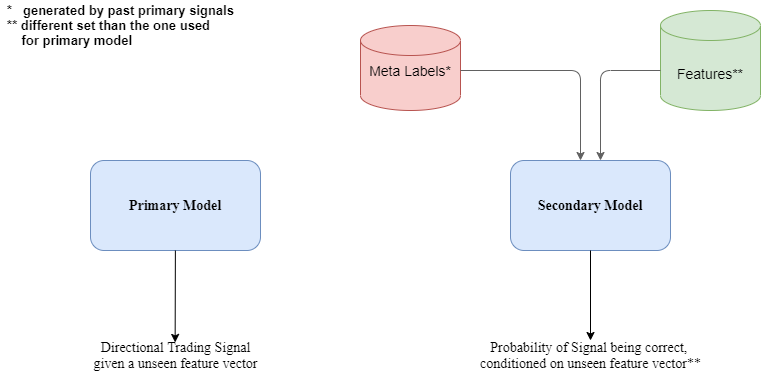
aarzt21/MasterThesisETHZ keeps this draw.io diagram as Graphics/Untitled Diagram.png. Above is the earlier version. Source tidied: cells renumbered, new cells last; positions are measured from the earlier drawing's top-left corner, leaving out a move shared by most shapes.
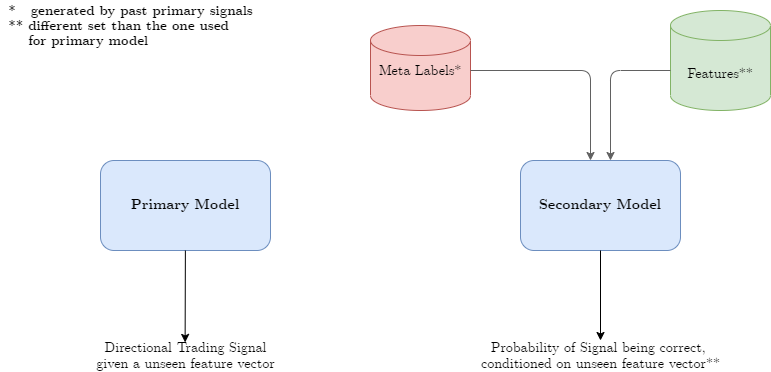
The same diagram one commit later.

Change to the diagram source:
```diff
@@ -2,19 +2,19 @@
   <root>
     <mxCell id="0" />
     <mxCell id="1" parent="0" />
-    <mxCell id="2" value="&lt;b&gt;&lt;font face=&quot;Times New Roman&quot; style=&quot;font-size: 14px&quot;&gt;Primary Model&lt;/font&gt;&lt;/b&gt;" style="rounded=1;whiteSpace=wrap;html=1;fillColor=#dae8fc;strokeColor=#6c8ebf;" parent="1" vertex="1">
+    <mxCell id="2" value="&lt;b&gt;&lt;font style=&quot;font-size: 14px&quot; face=&quot;CMU Serif&quot;&gt;Primary Model&lt;/font&gt;&lt;/b&gt;" style="rounded=1;whiteSpace=wrap;html=1;fillColor=#dae8fc;strokeColor=#6c8ebf;" parent="1" vertex="1">
       <mxGeometry x="90" y="160" width="170" height="90" as="geometry" />
     </mxCell>
     <mxCell id="3" style="endArrow=classic;html=1;entryX=0.498;entryY=0.064;entryDx=0;entryDy=0;entryPerimeter=0;" parent="1" edge="1" source="2" target="10">
       <mxGeometry relative="1" as="geometry" />
     </mxCell>
-    <mxCell id="4" value="&lt;b&gt;&lt;font face=&quot;Times New Roman&quot; style=&quot;font-size: 14px&quot;&gt;Secondary Model&lt;/font&gt;&lt;/b&gt;" style="rounded=1;whiteSpace=wrap;html=1;fillColor=#dae8fc;strokeColor=#6c8ebf;" parent="1" vertex="1">
+    <mxCell id="4" value="&lt;b&gt;&lt;font style=&quot;font-size: 14px&quot; face=&quot;CMU Serif&quot;&gt;Secondary Model&lt;/font&gt;&lt;/b&gt;" style="rounded=1;whiteSpace=wrap;html=1;fillColor=#dae8fc;strokeColor=#6c8ebf;" parent="1" vertex="1">
       <mxGeometry x="510" y="160" width="160" height="90" as="geometry" />
     </mxCell>
     <mxCell id="5" style="shape=cylinder3;whiteSpace=wrap;html=1;boundedLbl=1;backgroundOutline=1;size=15;fillColor=#f8cecc;strokeColor=#b85450;" parent="1" vertex="1">
       <mxGeometry x="360" y="25" width="100" height="85" as="geometry" />
     </mxCell>
-    <mxCell id="6" value="&lt;font style=&quot;font-size: 14px&quot;&gt;Meta Labels*&lt;/font&gt;" style="text;html=1;strokeColor=none;fillColor=none;align=center;verticalAlign=middle;whiteSpace=wrap;rounded=0;" parent="1" vertex="1">
+    <mxCell id="6" value="&lt;font style=&quot;font-size: 14px&quot; face=&quot;CMU Serif&quot;&gt;Meta Labels*&lt;/font&gt;" style="text;html=1;strokeColor=none;fillColor=none;align=center;verticalAlign=middle;whiteSpace=wrap;rounded=0;" parent="1" vertex="1">
       <mxGeometry x="355" y="60" width="110" height="20" as="geometry" />
     </mxCell>
     <mxCell id="7" style="endArrow=classic;html=1;strokeColor=#616161;" parent="1" edge="1">
@@ -26,20 +26,20 @@
         </Array>
       </mxGeometry>
     </mxCell>
-    <mxCell id="8" value="&lt;font style=&quot;font-size: 14px&quot;&gt;Features**&lt;/font&gt;" style="shape=cylinder3;whiteSpace=wrap;html=1;boundedLbl=1;backgroundOutline=1;size=15;fillColor=#d5e8d4;strokeColor=#82b366;" parent="1" vertex="1">
+    <mxCell id="8" value="&lt;font style=&quot;font-size: 14px&quot; face=&quot;CMU Serif&quot;&gt;Features**&lt;/font&gt;" style="shape=cylinder3;whiteSpace=wrap;html=1;boundedLbl=1;backgroundOutline=1;size=15;fillColor=#d5e8d4;strokeColor=#82b366;" parent="1" vertex="1">
       <mxGeometry x="660" y="10" width="100" height="100" as="geometry" />
     </mxCell>
     <mxCell id="9" style="endArrow=classic;html=1;" parent="1" edge="1" source="4" target="11">
       <mxGeometry relative="1" as="geometry" />
     </mxCell>
-    <mxCell id="10" value="&lt;font face=&quot;Times New Roman&quot; style=&quot;font-size: 14px&quot;&gt;Directional Trading Signal&lt;br&gt;given a unseen feature vector&lt;/font&gt;" style="text;html=1;align=center;verticalAlign=middle;points=[];" parent="1" vertex="1">
-      <mxGeometry x="85" y="340" width="180" height="30" as="geometry" />
+    <mxCell id="10" value="&lt;font style=&quot;font-size: 14px&quot; face=&quot;CMU Serif&quot;&gt;Directional Trading Signal&lt;br&gt;given a unseen feature vector&lt;/font&gt;" style="text;html=1;align=center;verticalAlign=middle;points=[];" parent="1" vertex="1">
+      <mxGeometry x="80" y="340" width="190" height="30" as="geometry" />
     </mxCell>
-    <mxCell id="11" value="&lt;font face=&quot;Times New Roman&quot; style=&quot;font-size: 14px&quot;&gt;Probability of Signal being correct, &lt;br&gt;conditioned on unseen feature vector**&lt;/font&gt;" style="text;html=1;align=center;verticalAlign=middle;points=[];" parent="1" vertex="1">
-      <mxGeometry x="470" y="340" width="240" height="30" as="geometry" />
+    <mxCell id="11" value="&lt;font style=&quot;font-size: 14px&quot; face=&quot;CMU Serif&quot;&gt;Probability of Signal being correct, &lt;br&gt;conditioned on unseen feature vector**&lt;/font&gt;" style="text;html=1;align=center;verticalAlign=middle;points=[];" parent="1" vertex="1">
+      <mxGeometry x="465" y="340" width="250" height="30" as="geometry" />
     </mxCell>
-    <mxCell id="12" value="&lt;div style=&quot;text-align: left ; font-size: 13px&quot;&gt;&lt;b&gt;&lt;font style=&quot;font-size: 13px&quot;&gt;*&amp;nbsp; &amp;nbsp;generated by past primary signals&lt;/font&gt;&lt;/b&gt;&lt;/div&gt;&lt;font style=&quot;font-size: 13px&quot;&gt;&lt;div style=&quot;text-align: left&quot;&gt;&lt;b&gt;** different set than the one used&amp;nbsp;&lt;/b&gt;&lt;/div&gt;&lt;b&gt;&lt;div style=&quot;text-align: left&quot;&gt;&lt;b&gt;&amp;nbsp; &amp;nbsp; for primary model&lt;/b&gt;&lt;/div&gt;&lt;/b&gt;&lt;/font&gt;" style="text;html=1;align=center;verticalAlign=middle;" parent="1" vertex="1">
-      <mxGeometry width="240" height="50" as="geometry" />
+    <mxCell id="12" value="&lt;div style=&quot;text-align: left ; font-size: 13px&quot;&gt;&lt;b&gt;&lt;font style=&quot;font-size: 13px&quot; face=&quot;CMU Serif&quot;&gt;*&amp;nbsp; &amp;nbsp;generated by past primary signals&lt;/font&gt;&lt;/b&gt;&lt;/div&gt;&lt;font style=&quot;font-size: 13px&quot; face=&quot;CMU Serif&quot;&gt;&lt;div style=&quot;text-align: left&quot;&gt;&lt;b&gt;** different set than the one used&amp;nbsp;&lt;/b&gt;&lt;/div&gt;&lt;b&gt;&lt;div style=&quot;text-align: left&quot;&gt;&lt;b&gt;&amp;nbsp; &amp;nbsp; for primary model&lt;/b&gt;&lt;/div&gt;&lt;/b&gt;&lt;/font&gt;" style="text;html=1;align=center;verticalAlign=middle;" parent="1" vertex="1">
+      <mxGeometry x="-10" width="260" height="50" as="geometry" />
     </mxCell>
     <mxCell id="13" style="endArrow=classic;html=1;strokeColor=#616161;" parent="1" edge="1">
       <mxGeometry relative="1" as="geometry">
```
